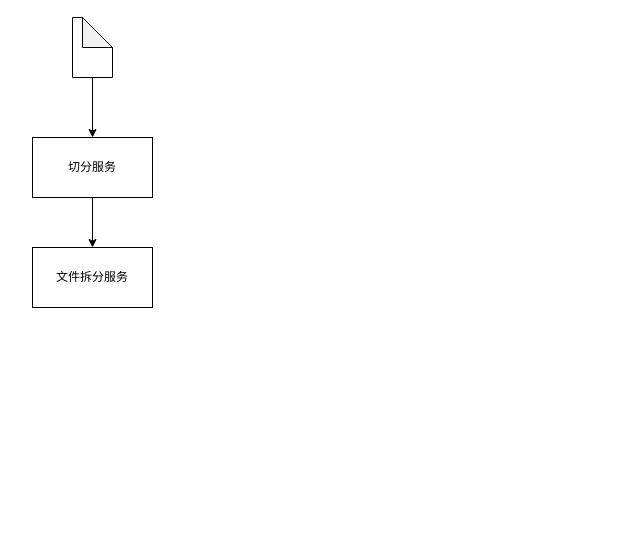
This is 切分模块.drawio from archwolf118/AI, a draw.io file, before an edit. Source tidied: cells renumbered, new cells numbered last; positions are measured from the earlier drawing's top-left corner, leaving out a move shared by most shapes. Both pictures are drawn from the tidied source at 100%, with x=0, y=0 at pixel (32, 17).
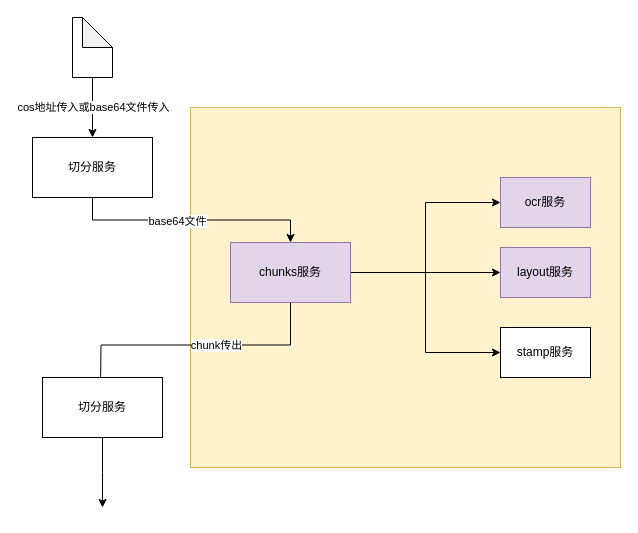
The same page after the edit.

Unchanged cells that the change refers to:
```xml
<mxCell id="3" style="edgeStyle=orthogonalEdgeStyle;rounded=0;jettySize=auto;html=1;exitX=0.5;exitY=1;exitDx=0;exitDy=0;entryX=0.5;entryY=0;entryDx=0;entryDy=0;" parent="1" edge="1" source="4" target="2">
  <mxGeometry relative="1" as="geometry" />
</mxCell>
<mxCell id="5" style="edgeStyle=orthogonalEdgeStyle;rounded=0;jettySize=auto;html=1;exitX=0.5;exitY=1;exitDx=0;exitDy=0;exitPerimeter=0;entryX=0.5;entryY=0;entryDx=0;entryDy=0;" parent="1" edge="1" source="6" target="4">
  <mxGeometry relative="1" as="geometry" />
</mxCell>
```

The edit, as a diff of the source:
```diff
@@
+    <mxCell id="7" style="rounded=0;whiteSpace=wrap;html=1;fillColor=#fff2cc;strokeColor=#d6b656;" parent="1" vertex="1">
+      <mxGeometry x="158" y="90" width="430" height="360" as="geometry" />
+    </mxCell>
+    <mxCell id="8" style="edgeStyle=orthogonalEdgeStyle;rounded=0;jettySize=auto;html=1;exitX=0.5;exitY=1;exitDx=0;exitDy=0;" parent="1" edge="1" source="2">
+      <mxGeometry relative="1" as="geometry">
+        <mxPoint x="68" y="370" as="targetPoint" />
+      </mxGeometry>
+    </mxCell>
+    <mxCell id="9" value="chunk传出" style="edgeLabel;html=1;align=center;verticalAlign=middle;" parent="8" vertex="1">
+      <mxGeometry x="-0.15" relative="1" as="geometry" />
+    </mxCell>
+    <mxCell id="10" style="edgeStyle=orthogonalEdgeStyle;rounded=0;jettySize=auto;html=1;exitX=1;exitY=0.5;exitDx=0;exitDy=0;entryX=0;entryY=0.5;entryDx=0;entryDy=0;" parent="1" edge="1" source="2" target="15">
+      <mxGeometry relative="1" as="geometry" />
+    </mxCell>
+    <mxCell id="11" style="edgeStyle=orthogonalEdgeStyle;rounded=0;jettySize=auto;html=1;exitX=1;exitY=0.5;exitDx=0;exitDy=0;entryX=0;entryY=0.5;entryDx=0;entryDy=0;" parent="1" edge="1" source="2" target="16">
+      <mxGeometry relative="1" as="geometry" />
+    </mxCell>
+    <mxCell id="12" style="edgeStyle=orthogonalEdgeStyle;rounded=0;jettySize=auto;html=1;exitX=1;exitY=0.5;exitDx=0;exitDy=0;entryX=0;entryY=0.5;entryDx=0;entryDy=0;" parent="1" edge="1" source="2" target="17">
+      <mxGeometry relative="1" as="geometry" />
+    </mxCell>
-    <mxCell id="2" value="文件拆分服务" style="rounded=0;whiteSpace=wrap;html=1;" parent="1" vertex="1">
-      <mxGeometry y="230" width="120" height="60" as="geometry" />
+    <mxCell id="2" value="chunks服务" style="rounded=0;whiteSpace=wrap;html=1;fillColor=#e1d5e7;strokeColor=#9673a6;" parent="1" vertex="1">
+      <mxGeometry x="198" y="225" width="120" height="60" as="geometry" />
     </mxCell>
@@
+    <mxCell id="13" value="base64文件" style="edgeLabel;html=1;align=center;verticalAlign=middle;" parent="3" vertex="1">
+      <mxGeometry x="-0.12" y="-1" relative="1" as="geometry" />
+    </mxCell>
@@
+    <mxCell id="14" value="cos地址传入或base64文件传入" style="edgeLabel;html=1;align=center;verticalAlign=middle;" parent="5" vertex="1">
+      <mxGeometry x="-0.03" relative="1" as="geometry" />
+    </mxCell>
@@
+    <mxCell id="15" value="ocr服务" style="rounded=0;whiteSpace=wrap;html=1;fillColor=#e1d5e7;strokeColor=#9673a6;" parent="1" vertex="1">
+      <mxGeometry x="468" y="160" width="90" height="50" as="geometry" />
+    </mxCell>
+    <mxCell id="16" value="layout服务" style="rounded=0;whiteSpace=wrap;html=1;fillColor=#e1d5e7;strokeColor=#9673a6;" parent="1" vertex="1">
+      <mxGeometry x="468" y="230" width="90" height="50" as="geometry" />
+    </mxCell>
+    <mxCell id="17" value="stamp服务" style="rounded=0;whiteSpace=wrap;html=1;" parent="1" vertex="1">
+      <mxGeometry x="468" y="310" width="90" height="50" as="geometry" />
+    </mxCell>
+    <mxCell id="18" style="edgeStyle=orthogonalEdgeStyle;rounded=0;jettySize=auto;html=1;exitX=0.5;exitY=1;exitDx=0;exitDy=0;" parent="1" edge="1" source="19">
+      <mxGeometry relative="1" as="geometry">
+        <mxPoint x="70" y="490" as="targetPoint" />
+      </mxGeometry>
+    </mxCell>
+    <mxCell id="19" value="切分服务" style="rounded=0;whiteSpace=wrap;html=1;" parent="1" vertex="1">
+      <mxGeometry x="10" y="360" width="120" height="60" as="geometry" />
+    </mxCell>
```
